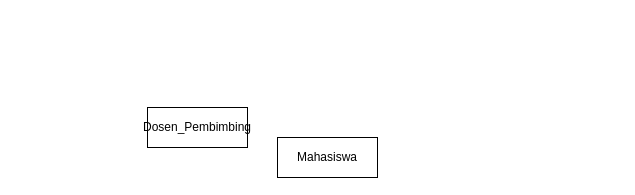
k149191/Konsep-Basis-Data keeps this draw.io diagram as Untitled Diagram.drawio. Above is the earlier version. Source tidied: cells renumbered, new cells numbered last; positions are measured from the earlier drawing's top-left corner, leaving out a move shared by most shapes. Both pictures are drawn from the tidied source at 100%, with x=0, y=0 at pixel (147, 107).
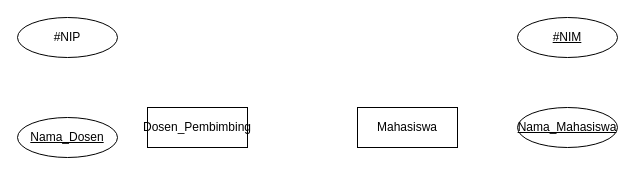
After the change.

The edit, as a diff of the source:
```diff
@@
 <mxGraphModel>
   <root>
     <mxCell id="0" />
     <mxCell id="1" parent="0" />
     <mxCell id="2" value="Dosen_Pembimbing" style="whiteSpace=wrap;html=1;align=center;" parent="1" vertex="1">
       <mxGeometry width="100" height="40" as="geometry" />
     </mxCell>
     <mxCell id="3" value="Mahasiswa" style="whiteSpace=wrap;html=1;align=center;" parent="1" vertex="1">
-      <mxGeometry x="130" y="30" width="100" height="40" as="geometry" />
+      <mxGeometry x="210" width="100" height="40" as="geometry" />
     </mxCell>
+    <mxCell id="4" value="#NIP" style="ellipse;whiteSpace=wrap;html=1;align=center;" parent="1" vertex="1">
+      <mxGeometry x="-130" y="-90" width="100" height="40" as="geometry" />
+    </mxCell>
+    <mxCell id="5" value="Nama_Dosen" style="ellipse;whiteSpace=wrap;html=1;align=center;fontStyle=4;" parent="1" vertex="1">
+      <mxGeometry x="-130" y="10" width="100" height="40" as="geometry" />
+    </mxCell>
+    <mxCell id="6" value="#NIM" style="ellipse;whiteSpace=wrap;html=1;align=center;fontStyle=4;" parent="1" vertex="1">
+      <mxGeometry x="370" y="-90" width="100" height="40" as="geometry" />
+    </mxCell>
+    <mxCell id="7" value="Nama_Mahasiswa" style="ellipse;whiteSpace=wrap;html=1;align=center;fontStyle=4;" parent="1" vertex="1">
+      <mxGeometry x="370" width="100" height="40" as="geometry" />
+    </mxCell>
   </root>
 </mxGraphModel>
```
